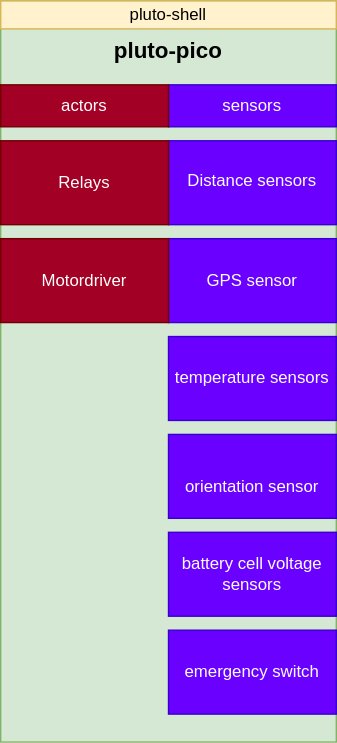
Before: docs/3_pluto_pico/pluto_pico-Connections.drawio.svg, a diagram exported from draw.io (jruelli/pluto_docu). Source tidied: cells renumbered, new cells last; positions are measured from the earlier drawing's top-left corner, leaving out a move shared by most shapes.
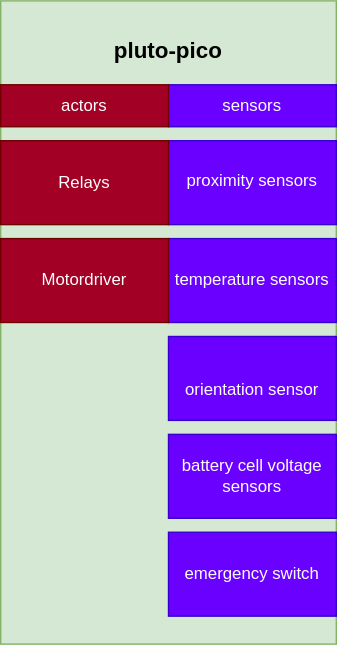
After the change.

Change to the diagram source:
```diff
@@ -3,7 +3,7 @@
     <mxCell id="0" />
     <mxCell id="1" parent="0" />
     <mxCell id="2" style="rounded=0;whiteSpace=wrap;html=1;fontSize=12;fillColor=#d5e8d4;strokeColor=#82b366;verticalAlign=middle;" parent="1" vertex="1">
-      <mxGeometry width="240" height="530" as="geometry" />
+      <mxGeometry width="240" height="460" as="geometry" />
     </mxCell>
     <mxCell id="3" value="&lt;b&gt;&lt;font style=&quot;font-size: 16px;&quot;&gt;pluto-pico&lt;/font&gt;&lt;/b&gt;" style="text;html=1;strokeColor=none;fillColor=none;align=center;verticalAlign=middle;whiteSpace=wrap;rounded=0;" parent="1" vertex="1">
       <mxGeometry x="80" y="20" width="80" height="30" as="geometry" />
@@ -14,26 +14,20 @@
     <mxCell id="5" value="actors" style="rounded=0;whiteSpace=wrap;html=1;fontSize=12;fillColor=#a20025;fontColor=#ffffff;strokeColor=#6F0000;" parent="1" vertex="1">
       <mxGeometry y="60" width="120" height="30" as="geometry" />
     </mxCell>
-    <mxCell id="6" value="&lt;font style=&quot;font-size: 12px;&quot;&gt;pluto-shell&lt;/font&gt;" style="rounded=0;whiteSpace=wrap;html=1;fontSize=12;fillColor=#fff2cc;strokeColor=#d6b656;" parent="1" vertex="1">
-      <mxGeometry width="240" height="20" as="geometry" />
-    </mxCell>
-    <mxCell id="7" value="&lt;br&gt;Distance sensors&lt;br&gt;&lt;h1 class=&quot;product-meta__title heading h1&quot;&gt;&lt;/h1&gt;" style="rounded=0;whiteSpace=wrap;html=1;fillColor=#6a00ff;strokeColor=#3700CC;fontColor=#ffffff;" parent="1" vertex="1">
+    <mxCell id="7" value="&lt;br&gt;proximity sensors&lt;br&gt;&lt;h1 class=&quot;product-meta__title heading h1&quot;&gt;&lt;/h1&gt;" style="rounded=0;whiteSpace=wrap;html=1;fillColor=#6a00ff;strokeColor=#3700CC;fontColor=#ffffff;" parent="1" vertex="1">
       <mxGeometry x="120" y="100" width="120" height="60" as="geometry" />
     </mxCell>
-    <mxCell id="8" value="GPS sensor" style="rounded=0;whiteSpace=wrap;html=1;fillColor=#6a00ff;strokeColor=#3700CC;fontColor=#ffffff;" parent="1" vertex="1">
-      <mxGeometry x="120" y="170" width="120" height="60" as="geometry" />
-    </mxCell>
     <mxCell id="9" value="temperature sensors" style="rounded=0;whiteSpace=wrap;html=1;fillColor=#6a00ff;strokeColor=#3700CC;fontColor=#ffffff;" parent="1" vertex="1">
-      <mxGeometry x="120" y="240" width="120" height="60" as="geometry" />
+      <mxGeometry x="120" y="170" width="120" height="60" as="geometry" />
     </mxCell>
     <mxCell id="10" value="&lt;div class=&quot;line-block&quot;&gt;&lt;br&gt;&lt;div class=&quot;line&quot;&gt;orientation sensor&lt;/div&gt;&lt;/div&gt;" style="rounded=0;whiteSpace=wrap;html=1;fillColor=#6a00ff;strokeColor=#3700CC;fontColor=#ffffff;" parent="1" vertex="1">
-      <mxGeometry x="120" y="310" width="120" height="60" as="geometry" />
+      <mxGeometry x="120" y="240" width="120" height="60" as="geometry" />
     </mxCell>
     <mxCell id="11" value="&lt;div class=&quot;line-block&quot;&gt;battery cell voltage sensors&lt;/div&gt;" style="rounded=0;whiteSpace=wrap;html=1;fillColor=#6a00ff;strokeColor=#3700CC;fontColor=#ffffff;" parent="1" vertex="1">
-      <mxGeometry x="120" y="380" width="120" height="60" as="geometry" />
+      <mxGeometry x="120" y="310" width="120" height="60" as="geometry" />
     </mxCell>
     <mxCell id="12" value="&lt;div class=&quot;line-block&quot;&gt;emergency switch&lt;/div&gt;" style="rounded=0;whiteSpace=wrap;html=1;fillColor=#6a00ff;strokeColor=#3700CC;fontColor=#ffffff;" parent="1" vertex="1">
-      <mxGeometry x="120" y="450" width="120" height="60" as="geometry" />
+      <mxGeometry x="120" y="380" width="120" height="60" as="geometry" />
     </mxCell>
     <mxCell id="13" value="Motordriver" style="rounded=0;whiteSpace=wrap;html=1;fillColor=#a20025;fontColor=#ffffff;strokeColor=#6F0000;" parent="1" vertex="1">
       <mxGeometry y="170" width="120" height="60" as="geometry" />
```
